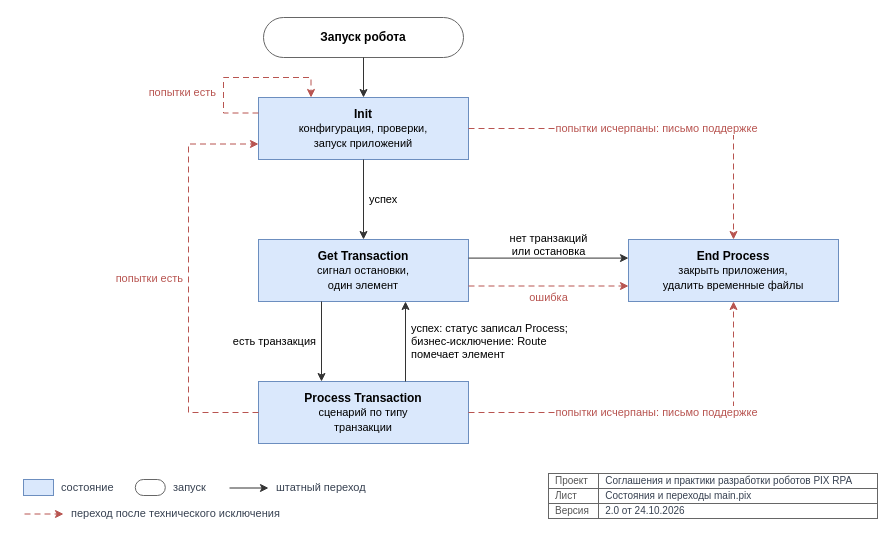
The draw.io diagram page "template / TEMPLATE-02-states" (4 of 6) of images/diagrams.drawio in TheMrDJek/PixRpaDevelopmentConventions, before the edit. Source tidied: cells renumbered, new cells numbered last; positions are measured from the earlier drawing's top-left corner, leaving out a move shared by most shapes. Both pictures are drawn from the tidied source at 100%, with x=0, y=0 at pixel (23, 17).
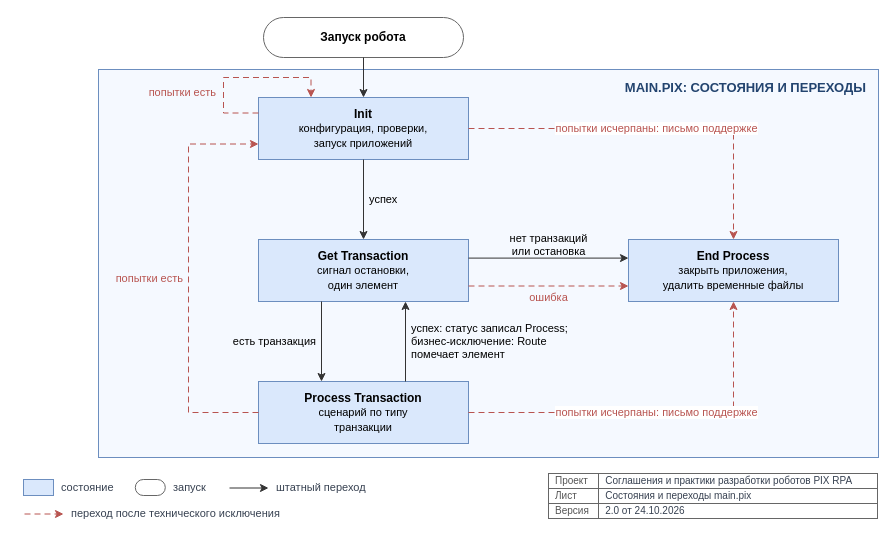
The same diagram, later.

Commit message (it also covers changes not shown here):
docs: схема состояний внутри контура main.pix

Change to the diagram source:
```diff
@@
+    <mxCell id="31" value="MAIN.PIX: СОСТОЯНИЯ И ПЕРЕХОДЫ" style="rounded=0;fillColor=#F5F9FF;strokeColor=#6C8EBF;strokeWidth=1;verticalAlign=top;align=right;spacingRight=10;spacingTop=4;fontStyle=1;fontSize=13;fontColor=#23446F;whiteSpace=wrap;html=1;fontFamily=Helvetica;" parent="1" vertex="1">
+      <mxGeometry x="75" y="52" width="780" height="388" as="geometry" />
+    </mxCell>
```
